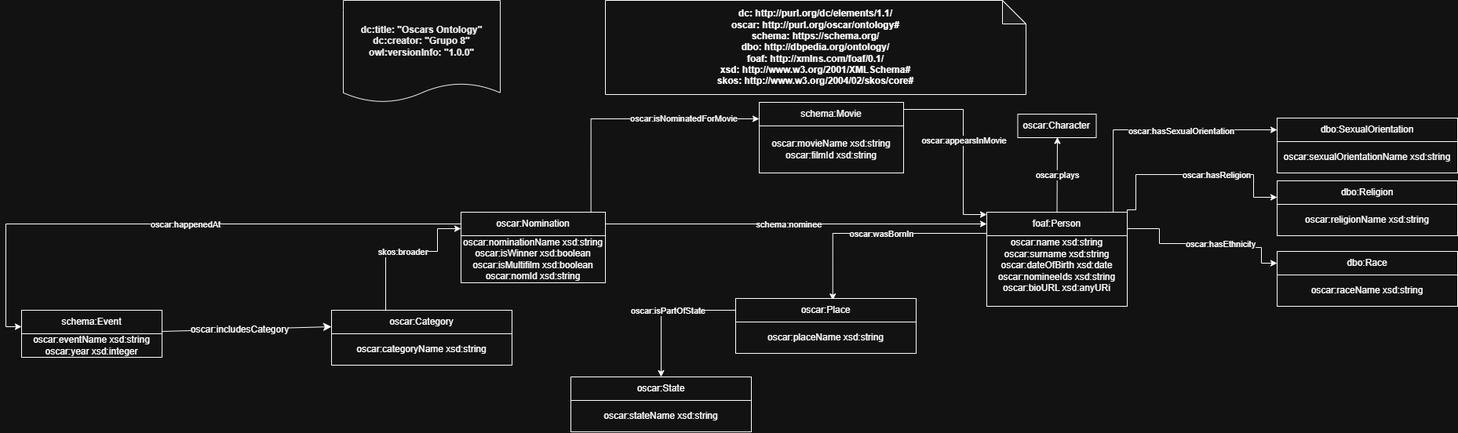
Above: Ontology/OntologiaOscarsFinal.drawio.png in OnToologyUser/practicaDOI (draw.io), before the change. Source tidied: cells renumbered, new cells last; positions are measured from the earlier drawing's top-left corner, leaving out a move shared by most shapes.
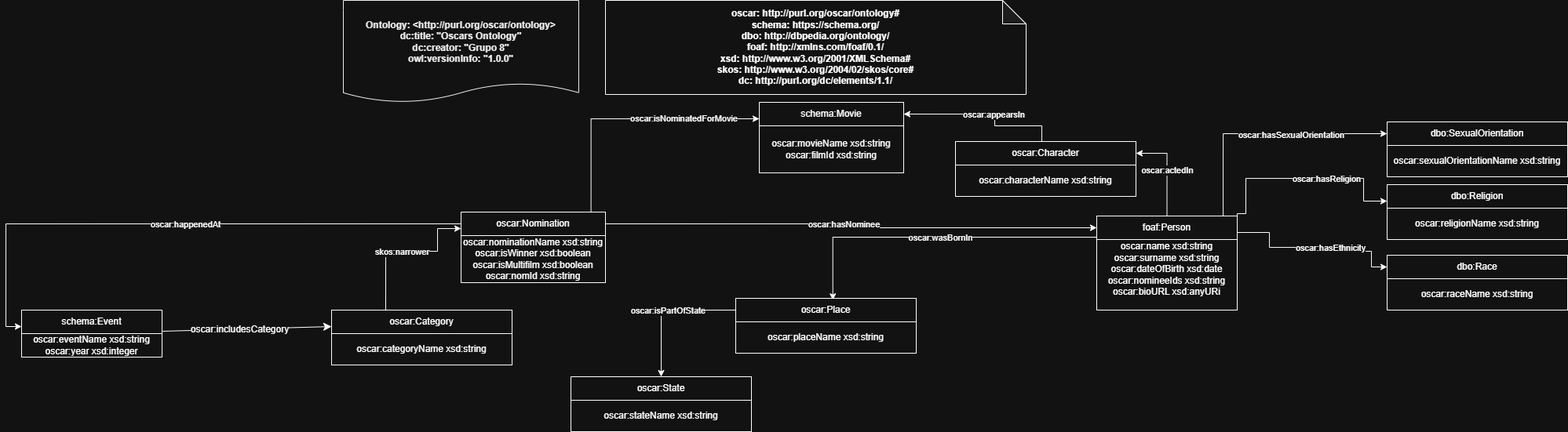
Above is the later version.

Diff of the diagram source:
```diff
@@ -2,12 +2,12 @@
   <root>
     <mxCell id="0" />
     <mxCell id="1" parent="0" />
-    <mxCell id="2" style="edgeStyle=orthogonalEdgeStyle;rounded=0;jettySize=auto;html=1;exitX=0.5;exitY=0;exitDx=0;exitDy=0;" parent="1" edge="1" source="11" target="6">
+    <mxCell id="2" style="edgeStyle=orthogonalEdgeStyle;rounded=0;jettySize=auto;html=1;exitX=0.5;exitY=0;exitDx=0;exitDy=0;entryX=1;entryY=0.5;entryDx=0;entryDy=0;" parent="1" edge="1" source="11" target="6">
       <mxGeometry relative="1" as="geometry" />
     </mxCell>
-    <mxCell id="3" value="oscar:plays" style="edgeLabel;html=1;align=center;verticalAlign=middle;" parent="2" vertex="1">
-      <mxGeometry x="-0.01" relative="1" as="geometry" />
-    </mxCell>
+    <mxCell id="49" value="oscar:actedIn" style="edgeLabel;html=1;align=center;verticalAlign=middle;" parent="2" vertex="1">
+      <mxGeometry x="-0.01" relative="1" as="geometry" />
+    </mxCell>
     <mxCell id="4" style="endArrow=classic;html=1;endSize=8;arcSize=0;rounded=0;exitX=1;exitY=0.9;exitDx=0;exitDy=0;entryX=0;entryY=0.7;entryDx=0;entryDy=0;" parent="1" edge="1" source="9" target="48">
       <mxGeometry relative="1" as="geometry" />
     </mxCell>
@@ -16,12 +16,9 @@
         <mxPoint x="4.2" as="offset" />
       </mxGeometry>
     </mxCell>
-    <mxCell id="6" value="oscar:Character" style="rounded=0;whiteSpace=wrap;html=1;snapToPoint=1;points=[[0.1,0],[0.2,0],[0.3,0],[0.4,0],[0.5,0],[0.6,0],[0.7,0],[0.8,0],[0.9,0],[0,0.1],[0,0.3],[0,0.5],[0,0.7],[0,0.9],[0.1,1],[0.2,1],[0.3,1],[0.4,1],[0.5,1],[0.6,1],[0.7,1],[0.8,1],[0.9,1],[1,0.1],[1,0.3],[1,0.5],[1,0.7],[1,0.9]];" parent="1" vertex="1">
-      <mxGeometry x="1269.5" y="145" width="100" height="30" as="geometry" />
-    </mxCell>
-    <mxCell id="7" value="&lt;div&gt;&lt;b&gt;dc: http://purl.org/dc/elements/1.1/&lt;/b&gt;&lt;/div&gt;&lt;div&gt;&lt;b&gt;oscar: http://purl.org/oscar/ontology#&lt;/b&gt;&lt;/div&gt;&lt;div&gt;&lt;b&gt;schema: https://schema.org/&lt;/b&gt;&lt;/div&gt;&lt;div&gt;&lt;b&gt;dbo: http://dbpedia.org/ontology/&lt;/b&gt;&lt;/div&gt;&lt;div&gt;&lt;b&gt;foaf:&amp;nbsp;&lt;/b&gt;&lt;span style=&quot;background-color: transparent;&quot;&gt;&lt;b&gt;http://xmlns.com/foaf/0.1/&lt;/b&gt;&lt;/span&gt;&lt;/div&gt;&lt;div&gt;&lt;b&gt;xsd: http://www.w3.org/2001/XMLSchema#&lt;/b&gt;&lt;/div&gt;&lt;div&gt;&lt;b&gt;skos: http://www.w3.org/2004/02/skos/core#&lt;/b&gt;&lt;/div&gt;" style="shape=note;whiteSpace=wrap;html=1;backgroundOutline=1;darkOpacity=0.05;" parent="1" vertex="1">
-      <mxGeometry x="744" width="536" height="120" as="geometry" />
-    </mxCell>
+    <mxCell id="50" value="&lt;div&gt;&lt;b style=&quot;background-color: transparent; color: light-dark(rgb(0, 0, 0), rgb(255, 255, 255));&quot;&gt;oscar: http://purl.org/oscar/ontology#&lt;/b&gt;&lt;/div&gt;&lt;div&gt;&lt;b&gt;schema: https://schema.org/&lt;/b&gt;&lt;/div&gt;&lt;div&gt;&lt;b&gt;dbo: http://dbpedia.org/ontology/&lt;/b&gt;&lt;/div&gt;&lt;div&gt;&lt;b&gt;foaf:&amp;nbsp;&lt;/b&gt;&lt;span style=&quot;background-color: transparent;&quot;&gt;&lt;b&gt;http://xmlns.com/foaf/0.1/&lt;/b&gt;&lt;/span&gt;&lt;/div&gt;&lt;div&gt;&lt;b&gt;xsd: http://www.w3.org/2001/XMLSchema#&lt;/b&gt;&lt;/div&gt;&lt;div&gt;&lt;b&gt;skos: http://www.w3.org/2004/02/skos/core#&lt;/b&gt;&lt;/div&gt;&lt;div&gt;&lt;div&gt;&lt;b&gt;dc: http://purl.org/dc/elements/1.1/&lt;/b&gt;&lt;/div&gt;&lt;/div&gt;" style="shape=note;whiteSpace=wrap;html=1;backgroundOutline=1;darkOpacity=0.05;" parent="1" vertex="1">
+      <mxGeometry x="744" width="536" height="120" as="geometry" />
+    </mxCell>
     <mxCell id="8" value="&lt;div&gt;oscar:eventName xsd:string&lt;/div&gt;oscar:year xsd:integer" style="rounded=0;whiteSpace=wrap;html=1;" parent="1" vertex="1">
       <mxGeometry y="425" width="179" height="30" as="geometry" />
     </mxCell>
@@ -29,10 +26,10 @@
       <mxGeometry y="395" width="179" height="30" as="geometry" />
     </mxCell>
     <mxCell id="10" value="&lt;div&gt;oscar:name xsd:string&lt;/div&gt;&lt;div&gt;oscar:surname xsd:string&lt;/div&gt;&lt;div&gt;oscar:dateOfBirth xsd:date&lt;/div&gt;&lt;div&gt;oscar:nomineeIds xsd:string&lt;/div&gt;&lt;div&gt;oscar:bioURL xsd:anyURi&lt;br&gt;&lt;div&gt;&lt;br&gt;&lt;/div&gt;&lt;/div&gt;" style="rounded=0;whiteSpace=wrap;html=1;" parent="1" vertex="1">
-      <mxGeometry x="1230" y="300" width="179" height="90" as="geometry" />
+      <mxGeometry x="1370" y="305" width="179" height="90" as="geometry" />
     </mxCell>
     <mxCell id="11" value="foaf:Person" style="rounded=0;whiteSpace=wrap;html=1;snapToPoint=1;points=[[0.1,0],[0.2,0],[0.3,0],[0.4,0],[0.5,0],[0.6,0],[0.7,0],[0.8,0],[0.9,0],[0,0.1],[0,0.3],[0,0.5],[0,0.7],[0,0.9],[0.1,1],[0.2,1],[0.3,1],[0.4,1],[0.5,1],[0.6,1],[0.7,1],[0.8,1],[0.9,1],[1,0.1],[1,0.3],[1,0.5],[1,0.7],[1,0.9]];" parent="1" vertex="1">
-      <mxGeometry x="1230" y="270" width="179" height="30" as="geometry" />
+      <mxGeometry x="1370" y="275" width="179" height="30" as="geometry" />
     </mxCell>
     <mxCell id="12" value="&lt;div&gt;&lt;span style=&quot;background-color: transparent; color: light-dark(rgb(0, 0, 0), rgb(255, 255, 255));&quot;&gt;oscar:nominationName xsd:string&lt;/span&gt;&lt;/div&gt;&lt;div&gt;&lt;span style=&quot;background-color: transparent; color: light-dark(rgb(0, 0, 0), rgb(255, 255, 255));&quot;&gt;oscar:isWinner xsd:boolean&lt;/span&gt;&lt;/div&gt;&lt;div&gt;&lt;span style=&quot;background-color: transparent; color: light-dark(rgb(0, 0, 0), rgb(255, 255, 255));&quot;&gt;oscar:isMultifilm xsd:boolean&lt;/span&gt;&lt;/div&gt;&lt;div&gt;&lt;span style=&quot;text-align: start; background-color: transparent; color: light-dark(rgb(0, 0, 0), rgb(255, 255, 255));&quot;&gt;oscar:nomId xsd:string&lt;/span&gt;&lt;/div&gt;" style="rounded=0;whiteSpace=wrap;html=1;" parent="1" vertex="1">
       <mxGeometry x="560" y="300" width="184" height="60" as="geometry" />
@@ -43,9 +40,9 @@
     <mxCell id="14" style="edgeStyle=orthogonalEdgeStyle;rounded=0;jettySize=auto;html=1;exitX=1;exitY=0.5;exitDx=0;exitDy=0;entryX=0;entryY=0.5;entryDx=0;entryDy=0;" parent="1" edge="1" source="13" target="11">
       <mxGeometry relative="1" as="geometry" />
     </mxCell>
-    <mxCell id="15" value="schema:nominee" style="edgeLabel;html=1;align=center;verticalAlign=middle;" parent="14" vertex="1">
-      <mxGeometry x="-0.04" relative="1" as="geometry" />
-    </mxCell>
+    <mxCell id="51" value="oscar:hasNominee" style="edgeLabel;html=1;align=center;verticalAlign=middle;" parent="14" vertex="1">
+      <mxGeometry x="-0.04" relative="1" as="geometry" />
+    </mxCell>
     <mxCell id="16" value="&lt;div&gt;oscar:movieName xsd:string&lt;/div&gt;&lt;div&gt;oscar:filmId xsd:string&lt;/div&gt;" style="rounded=0;whiteSpace=wrap;html=1;" parent="1" vertex="1">
       <mxGeometry x="940" y="160" width="184" height="60" as="geometry" />
     </mxCell>
@@ -63,11 +60,11 @@
     <mxCell id="20" style="edgeStyle=orthogonalEdgeStyle;rounded=0;jettySize=auto;html=1;entryX=0;entryY=0.7;entryDx=0;entryDy=0;exitX=1;exitY=0.3;exitDx=0;exitDy=0;" parent="1" edge="1" source="11" target="42">
       <mxGeometry relative="1" as="geometry">
         <Array as="points">
-          <mxPoint x="1409" y="267" />
-          <mxPoint x="1420" y="267" />
-          <mxPoint x="1420" y="222" />
-          <mxPoint x="1570" y="222" />
-          <mxPoint x="1570" y="251" />
+          <mxPoint x="1549" y="272" />
+          <mxPoint x="1560" y="272" />
+          <mxPoint x="1560" y="227" />
+          <mxPoint x="1710" y="227" />
+          <mxPoint x="1710" y="256" />
         </Array>
       </mxGeometry>
     </mxCell>
@@ -79,11 +76,11 @@
     <mxCell id="22" style="edgeStyle=orthogonalEdgeStyle;rounded=0;jettySize=auto;html=1;exitX=1;exitY=0.7;exitDx=0;exitDy=0;entryX=0;entryY=0.5;entryDx=0;entryDy=0;" parent="1" edge="1" source="11" target="40">
       <mxGeometry relative="1" as="geometry">
         <Array as="points">
-          <mxPoint x="1450" y="291" />
-          <mxPoint x="1450" y="310" />
-          <mxPoint x="1540" y="310" />
-          <mxPoint x="1540" y="315" />
-          <mxPoint x="1580" y="315" />
+          <mxPoint x="1590" y="296" />
+          <mxPoint x="1590" y="315" />
+          <mxPoint x="1680" y="315" />
+          <mxPoint x="1680" y="320" />
+          <mxPoint x="1720" y="320" />
         </Array>
       </mxGeometry>
     </mxCell>
@@ -101,9 +98,9 @@
         </Array>
       </mxGeometry>
     </mxCell>
-    <mxCell id="25" value="skos:broader" style="edgeLabel;html=1;align=center;verticalAlign=middle;" parent="24" vertex="1">
-      <mxGeometry x="-0.04" relative="1" as="geometry" />
-    </mxCell>
+    <mxCell id="52" value="skos:narrower" style="edgeLabel;html=1;align=center;verticalAlign=middle;" parent="24" vertex="1">
+      <mxGeometry x="-0.04" relative="1" as="geometry" />
+    </mxCell>
     <mxCell id="26" style="edgeStyle=orthogonalEdgeStyle;rounded=0;jettySize=auto;html=1;entryX=0;entryY=0.7;entryDx=0;entryDy=0;exitX=0.9;exitY=0;exitDx=0;exitDy=0;" parent="1" edge="1" source="13" target="17">
       <mxGeometry relative="1" as="geometry" />
     </mxCell>
@@ -112,17 +109,18 @@
         <mxPoint x="-1" as="offset" />
       </mxGeometry>
     </mxCell>
-    <mxCell id="28" style="edgeStyle=orthogonalEdgeStyle;rounded=0;jettySize=auto;html=1;exitX=1;exitY=0.3;exitDx=0;exitDy=0;entryX=0;entryY=0.1;entryDx=0;entryDy=0;" parent="1" edge="1" source="17" target="11">
-      <mxGeometry relative="1" as="geometry">
-        <Array as="points">
-          <mxPoint x="1200" y="139" />
-          <mxPoint x="1200" y="273" />
-        </Array>
-      </mxGeometry>
-    </mxCell>
-    <mxCell id="29" value="oscar:appearsInMovie" style="edgeLabel;html=1;align=center;verticalAlign=middle;" parent="28" vertex="1">
-      <mxGeometry x="-0.04" relative="1" as="geometry" />
-    </mxCell>
+    <mxCell id="53" style="edgeStyle=orthogonalEdgeStyle;rounded=0;jettySize=auto;html=1;exitX=0.435;exitY=0;exitDx=0;exitDy=0;entryX=1;entryY=0.5;entryDx=0;entryDy=0;exitPerimeter=0;" parent="1" edge="1" source="6" target="17">
+      <mxGeometry relative="1" as="geometry">
+        <Array as="points">
+          <mxPoint x="1300" y="160" />
+          <mxPoint x="1240" y="160" />
+          <mxPoint x="1240" y="145" />
+        </Array>
+      </mxGeometry>
+    </mxCell>
+    <mxCell id="54" value="oscar:appearsIn" style="edgeLabel;html=1;align=center;verticalAlign=middle;" parent="53" vertex="1">
+      <mxGeometry x="-0.04" relative="1" as="geometry" />
+    </mxCell>
     <mxCell id="30" style="edgeStyle=orthogonalEdgeStyle;rounded=0;jettySize=auto;html=1;entryX=0.538;entryY=0.074;entryDx=0;entryDy=0;exitX=0;exitY=0.9;exitDx=0;exitDy=0;entryPerimeter=0;" parent="1" edge="1" source="11" target="44">
       <mxGeometry relative="1" as="geometry" />
     </mxCell>
@@ -141,26 +139,26 @@
     <mxCell id="35" value="oscar:isPartOfState" style="edgeLabel;html=1;align=center;verticalAlign=middle;" parent="34" vertex="1">
       <mxGeometry x="-0.04" relative="1" as="geometry" />
     </mxCell>
-    <mxCell id="36" value="&lt;div&gt;&lt;div&gt;&lt;b&gt;dc:title: &quot;Oscars Ontology&quot;&lt;/b&gt;&lt;/div&gt;&lt;div&gt;&lt;b&gt;dc:creator: &quot;Grupo 8&quot;&lt;/b&gt;&lt;/div&gt;&lt;div&gt;&lt;b&gt;owl:versionInfo: &quot;1.0.0&quot;&lt;/b&gt;&lt;/div&gt;&lt;/div&gt;" style="shape=document;whiteSpace=wrap;html=1;boundedLbl=1;labelBackgroundColor=#ffffff;strokeColor=#000000;fontSize=12;fontColor=#000000;size=0.1875;" parent="1" vertex="1">
-      <mxGeometry x="410" width="200" height="130" as="geometry" />
-    </mxCell>
+    <mxCell id="55" value="&lt;div&gt;&lt;div&gt;&lt;b&gt;Ontology: &amp;lt;http://purl.org/oscar/ontology&amp;gt;&lt;/b&gt;&lt;/div&gt;&lt;div&gt;&lt;b&gt;dc:title: &quot;Oscars Ontology&quot;&lt;/b&gt;&lt;/div&gt;&lt;div&gt;&lt;b&gt;dc:creator: &quot;Grupo 8&quot;&lt;/b&gt;&lt;/div&gt;&lt;div&gt;&lt;b&gt;owl:versionInfo: &quot;1.0.0&quot;&lt;/b&gt;&lt;/div&gt;&lt;/div&gt;" style="shape=document;whiteSpace=wrap;html=1;boundedLbl=1;labelBackgroundColor=#ffffff;strokeColor=#000000;fontSize=12;fontColor=#000000;size=0.1875;" parent="1" vertex="1">
+      <mxGeometry x="410" width="300" height="130" as="geometry" />
+    </mxCell>
     <mxCell id="37" value="&lt;div&gt;oscar:sexualOrientationName xsd:string&lt;/div&gt;" style="rounded=0;whiteSpace=wrap;html=1;" parent="1" vertex="1">
-      <mxGeometry x="1600" y="180" width="230" height="40" as="geometry" />
+      <mxGeometry x="1740" y="185" width="230" height="40" as="geometry" />
     </mxCell>
     <mxCell id="38" value="dbo:SexualOrientation" style="rounded=0;whiteSpace=wrap;html=1;snapToPoint=1;points=[[0.1,0],[0.2,0],[0.3,0],[0.4,0],[0.5,0],[0.6,0],[0.7,0],[0.8,0],[0.9,0],[0,0.1],[0,0.3],[0,0.5],[0,0.7],[0,0.9],[0.1,1],[0.2,1],[0.3,1],[0.4,1],[0.5,1],[0.6,1],[0.7,1],[0.8,1],[0.9,1],[1,0.1],[1,0.3],[1,0.5],[1,0.7],[1,0.9]];" parent="1" vertex="1">
-      <mxGeometry x="1600" y="150" width="230" height="30" as="geometry" />
+      <mxGeometry x="1740" y="155" width="230" height="30" as="geometry" />
     </mxCell>
     <mxCell id="39" value="oscar:raceName xsd:string" style="rounded=0;whiteSpace=wrap;html=1;" parent="1" vertex="1">
-      <mxGeometry x="1600" y="350" width="230" height="40" as="geometry" />
+      <mxGeometry x="1740" y="355" width="230" height="40" as="geometry" />
     </mxCell>
     <mxCell id="40" value="dbo:Race" style="rounded=0;whiteSpace=wrap;html=1;snapToPoint=1;points=[[0.1,0],[0.2,0],[0.3,0],[0.4,0],[0.5,0],[0.6,0],[0.7,0],[0.8,0],[0.9,0],[0,0.1],[0,0.3],[0,0.5],[0,0.7],[0,0.9],[0.1,1],[0.2,1],[0.3,1],[0.4,1],[0.5,1],[0.6,1],[0.7,1],[0.8,1],[0.9,1],[1,0.1],[1,0.3],[1,0.5],[1,0.7],[1,0.9]];" parent="1" vertex="1">
-      <mxGeometry x="1600" y="320" width="230" height="30" as="geometry" />
+      <mxGeometry x="1740" y="325" width="230" height="30" as="geometry" />
     </mxCell>
     <mxCell id="41" value="oscar:religionName xsd:string" style="rounded=0;whiteSpace=wrap;html=1;" parent="1" vertex="1">
-      <mxGeometry x="1600" y="260" width="230" height="40" as="geometry" />
+      <mxGeometry x="1740" y="265" width="230" height="40" as="geometry" />
     </mxCell>
     <mxCell id="42" value="dbo:Religion" style="rounded=0;whiteSpace=wrap;html=1;snapToPoint=1;points=[[0.1,0],[0.2,0],[0.3,0],[0.4,0],[0.5,0],[0.6,0],[0.7,0],[0.8,0],[0.9,0],[0,0.1],[0,0.3],[0,0.5],[0,0.7],[0,0.9],[0.1,1],[0.2,1],[0.3,1],[0.4,1],[0.5,1],[0.6,1],[0.7,1],[0.8,1],[0.9,1],[1,0.1],[1,0.3],[1,0.5],[1,0.7],[1,0.9]];" parent="1" vertex="1">
-      <mxGeometry x="1600" y="230" width="230" height="30" as="geometry" />
+      <mxGeometry x="1740" y="235" width="230" height="30" as="geometry" />
     </mxCell>
     <mxCell id="43" value="oscar:placeName xsd:string" style="rounded=0;whiteSpace=wrap;html=1;" parent="1" vertex="1">
       <mxGeometry x="910" y="410" width="230" height="40" as="geometry" />
@@ -180,5 +178,11 @@
     <mxCell id="48" value="oscar:Category" style="rounded=0;whiteSpace=wrap;html=1;snapToPoint=1;points=[[0.1,0],[0.2,0],[0.3,0],[0.4,0],[0.5,0],[0.6,0],[0.7,0],[0.8,0],[0.9,0],[0,0.1],[0,0.3],[0,0.5],[0,0.7],[0,0.9],[0.1,1],[0.2,1],[0.3,1],[0.4,1],[0.5,1],[0.6,1],[0.7,1],[0.8,1],[0.9,1],[1,0.1],[1,0.3],[1,0.5],[1,0.7],[1,0.9]];" parent="1" vertex="1">
       <mxGeometry x="395" y="395" width="230" height="30" as="geometry" />
     </mxCell>
+    <mxCell id="56" value="oscar:characterName xsd:string" style="rounded=0;whiteSpace=wrap;html=1;" parent="1" vertex="1">
+      <mxGeometry x="1190" y="210" width="230" height="40" as="geometry" />
+    </mxCell>
+    <mxCell id="6" value="oscar:Character" style="rounded=0;whiteSpace=wrap;html=1;snapToPoint=1;points=[[0.1,0],[0.2,0],[0.3,0],[0.4,0],[0.5,0],[0.6,0],[0.7,0],[0.8,0],[0.9,0],[0,0.1],[0,0.3],[0,0.5],[0,0.7],[0,0.9],[0.1,1],[0.2,1],[0.3,1],[0.4,1],[0.5,1],[0.6,1],[0.7,1],[0.8,1],[0.9,1],[1,0.1],[1,0.3],[1,0.5],[1,0.7],[1,0.9]];" parent="1" vertex="1">
+      <mxGeometry x="1190" y="180" width="230" height="30" as="geometry" />
+    </mxCell>
   </root>
 </mxGraphModel>
```
